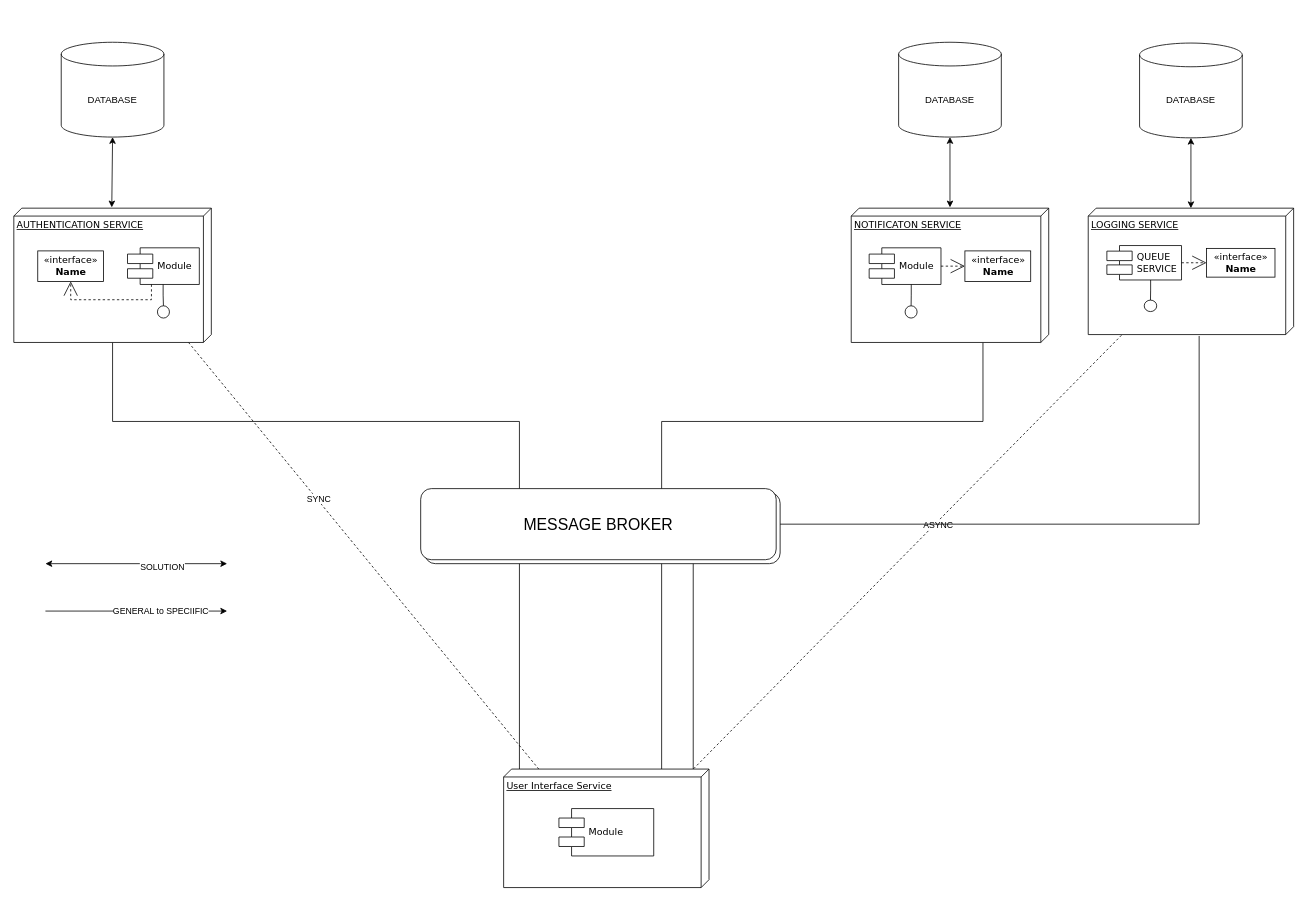
This is page "Page-1" (1 of 2) of microservices-diagram.drawio from afaf-tech/microservices-pattern-byMe, a draw.io file, before an edit. Source tidied: cells renumbered, new cells numbered last; positions are measured from the earlier drawing's top-left corner, leaving out a move shared by most shapes. Both pictures are drawn from the tidied source at 79%, with x=0, y=0 at pixel (13, 42).
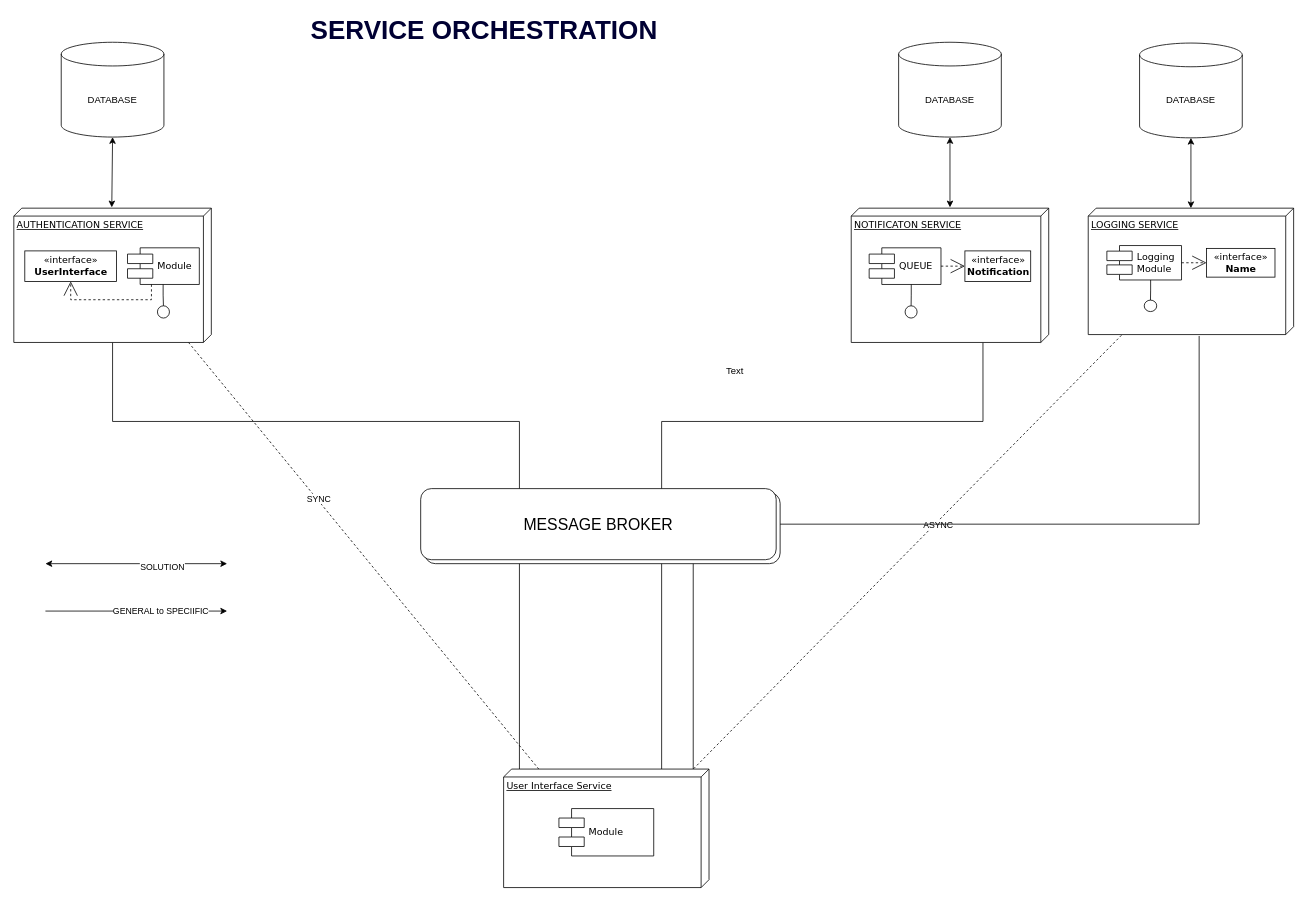
The same diagram, later.

The change refers to these unchanged cells:
```xml
<mxCell id="13" style="group;" parent="1" vertex="1">
  <mxGeometry y="210" width="250" height="170" as="geometry" />
</mxCell>
<mxCell id="20" style="group;" parent="1" vertex="1">
  <mxGeometry x="1060" y="210" width="250" height="170" as="geometry" />
</mxCell>
<mxCell id="27" style="group;" parent="1" vertex="1">
  <mxGeometry x="1360" y="210" width="260" height="160" as="geometry" />
</mxCell>
```

What changed in the source:
```diff
@@
-    <mxCell id="15" value="&amp;laquo;interface&amp;raquo;&lt;br&gt;&lt;b&gt;Name&lt;/b&gt;" style="html=1;rounded=0;shadow=0;comic=0;labelBackgroundColor=none;strokeWidth=1;fontFamily=Verdana;fontSize=12;align=center;" parent="13" vertex="1">
-      <mxGeometry x="30.3" y="54.1" width="83.3" height="38.6" as="geometry" />
+    <mxCell id="15" value="«interface»&lt;br&gt;&lt;b&gt;UserInterface&lt;/b&gt;" style="html=1;rounded=0;shadow=0;comic=0;labelBackgroundColor=none;strokeWidth=1;fontFamily=Verdana;fontSize=12;align=center;" parent="13" vertex="1">
+      <mxGeometry x="13.9" y="54.1" width="116.1" height="38.6" as="geometry" />
     </mxCell>
@@
-    <mxCell id="22" value="Module" style="shape=component;align=left;spacingLeft=36;rounded=0;shadow=0;comic=0;labelBackgroundColor=none;strokeWidth=1;fontFamily=Verdana;fontSize=12;html=1;" parent="20" vertex="1">
+    <mxCell id="22" value="QUEUE" style="shape=component;align=left;spacingLeft=36;rounded=0;shadow=0;comic=0;labelBackgroundColor=none;strokeWidth=1;fontFamily=Verdana;fontSize=12;html=1;" parent="20" vertex="1">
       <mxGeometry x="22.7" y="50.2" width="90.9" height="46.4" as="geometry" />
     </mxCell>
-    <mxCell id="23" value="&amp;laquo;interface&amp;raquo;&lt;br&gt;&lt;b&gt;Name&lt;/b&gt;" style="html=1;rounded=0;shadow=0;comic=0;labelBackgroundColor=none;strokeWidth=1;fontFamily=Verdana;fontSize=12;align=center;" parent="20" vertex="1">
+    <mxCell id="23" value="«interface»&lt;br&gt;&lt;b&gt;Notification&lt;/b&gt;" style="html=1;rounded=0;shadow=0;comic=0;labelBackgroundColor=none;strokeWidth=1;fontFamily=Verdana;fontSize=12;align=center;" parent="20" vertex="1">
       <mxGeometry x="143.9" y="54.1" width="83.3" height="38.6" as="geometry" />
     </mxCell>
@@
-    <mxCell id="29" value="QUEUE&lt;br&gt;SERVICE" style="shape=component;align=left;spacingLeft=36;rounded=0;shadow=0;comic=0;labelBackgroundColor=none;strokeWidth=1;fontFamily=Verdana;fontSize=12;html=1;" parent="27" vertex="1">
+    <mxCell id="29" value="Logging &lt;br&gt;Module" style="shape=component;align=left;spacingLeft=36;rounded=0;shadow=0;comic=0;labelBackgroundColor=none;strokeWidth=1;fontFamily=Verdana;fontSize=12;html=1;" parent="27" vertex="1">
       <mxGeometry x="23.6" y="47.3" width="94.5" height="43.6" as="geometry" />
     </mxCell>
@@
+    <mxCell id="45" value="Text" style="text;html=1;strokeColor=none;fillColor=none;align=center;verticalAlign=middle;whiteSpace=wrap;rounded=0;" parent="1" vertex="1">
+      <mxGeometry x="893" y="406" width="40" height="20" as="geometry" />
+    </mxCell>
+    <mxCell id="46" value="&lt;font color=&quot;#000033&quot; size=&quot;1&quot;&gt;&lt;b style=&quot;font-size: 33px&quot;&gt;SERVICE ORCHESTRATION&lt;/b&gt;&lt;/font&gt;" style="text;html=1;strokeColor=none;fillColor=none;align=center;verticalAlign=middle;whiteSpace=wrap;rounded=0;" parent="1" vertex="1">
+      <mxGeometry x="333" y="-33" width="525" height="34" as="geometry" />
+    </mxCell>
```
